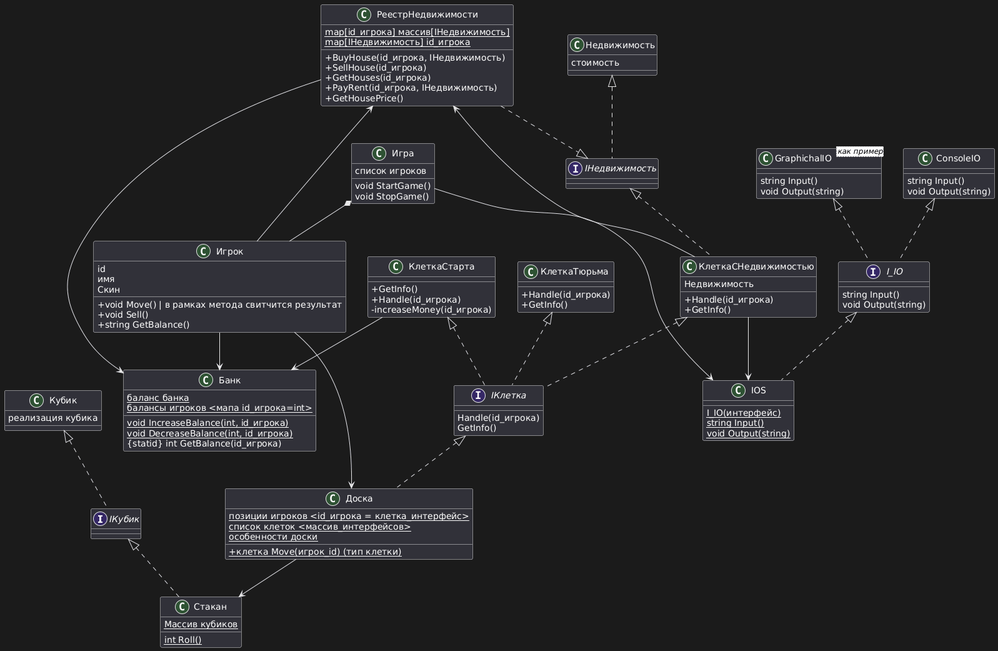
Above: Диаграмма классов.png in penamarth/bsbo-01-23_team1_var14_monopoly (PlantUML), before the change.
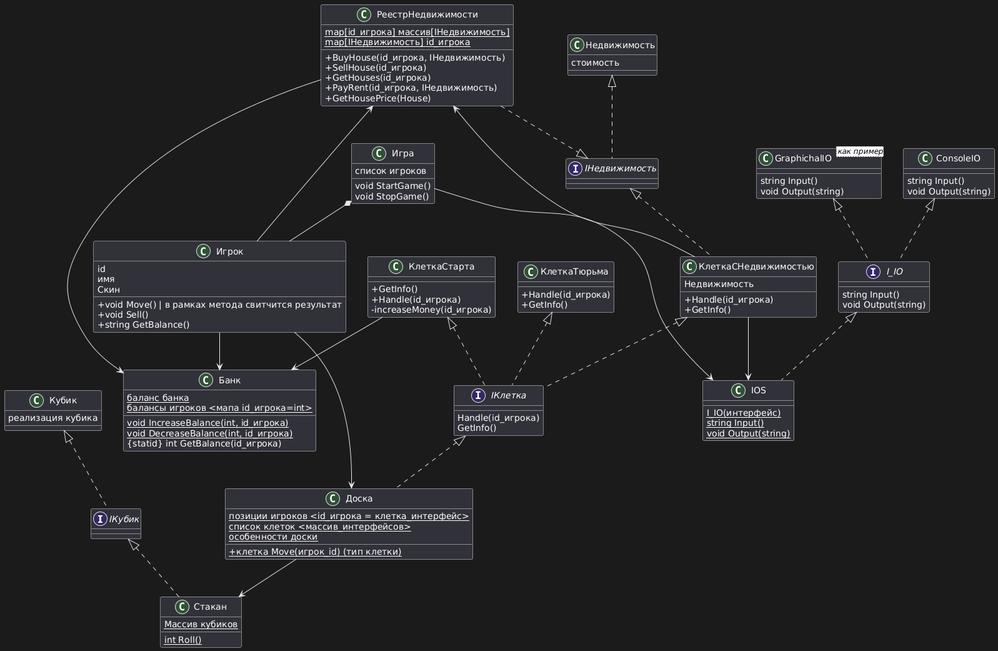
Above is the later version.

The edit, as a diff of the source:
```diff
@@ -115,7 +115,7 @@
   +SellHouse(id_игрока)
   +GetHouses(id_игрока)
   +PayRent(id_игрока, IНедвижимость)
-  +GetHousePrice()
+  +GetHousePrice(House)
 }
 
 РеестрНедвижимости ..|> IНедвижимость
```
